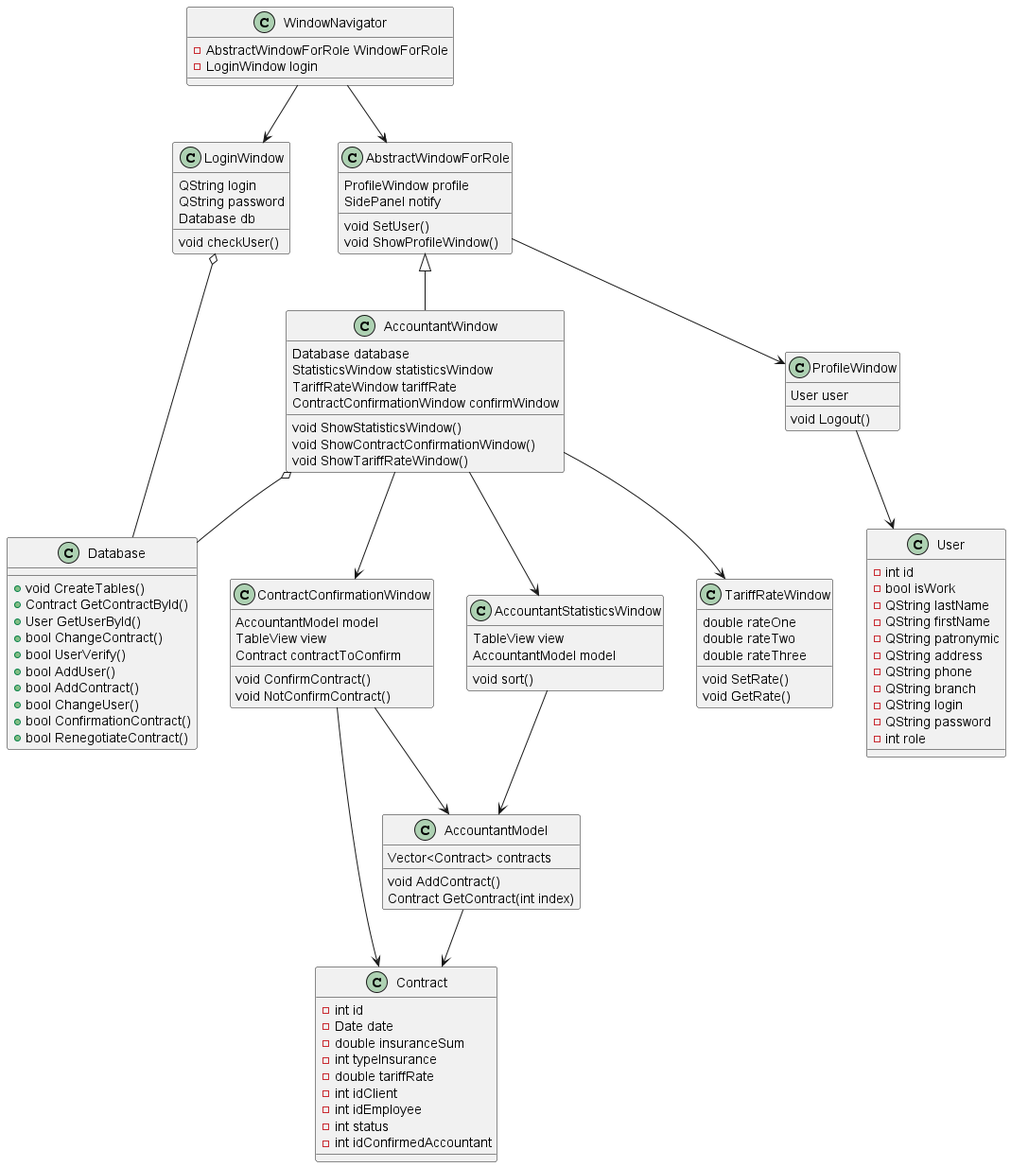
Before: out/Resource/Диаграмма классов/Бухгалтер.png, a diagram exported from PlantUML (MiFit1/OSOGO). Its diagram source:
```plantuml
@startuml
class User{
   -int id
   -bool isWork
   -QString lastName
   -QString firstName
   -QString patronymic
   -QString address
   -QString phone
   -QString branch
   -QString login
   -QString password
   -int role
}

class Contract{
   -int id
   -Date date
   -double insuranceSum
   -int typeInsurance
   -double tariffRate
   -int idClient
   -int idEmployee
   -int status
   -int idConfirmedAccountant
}

class ProfileWindow{
   User user
   void Logout()
}

class  LoginWindow{
   QString login
   QString password
   Database db
   void checkUser()
}

class TariffRateWindow{
   double rateOne
   double rateTwo
   double rateThree
   void SetRate()
   void GetRate()
}

class ContractConfirmationWindow{
   AccountantModel model
   TableView view
   Contract contractToConfirm
   void ConfirmContract()
   void NotConfirmContract()
}

class AccountantStatisticsWindow{
   TableView view
   AccountantModel model
   void sort()
}

class AbstractWindowForRole{
   ProfileWindow profile
   SidePanel notify
   void SetUser()
   void ShowProfileWindow()
}

class WindowNavigator{
   -AbstractWindowForRole WindowForRole
   -LoginWindow login
}

class Database {
   +void CreateTables()
   +Contract GetContractById()
   +User GetUserById()
   +bool ChangeContract()
   +bool UserVerify()
   +bool AddUser()
   +bool AddContract()
   +bool ChangeUser()
   +bool ConfirmationContract()
   +bool RenegotiateContract()
}

class AccountantWindow{
   Database database
   StatisticsWindow statisticsWindow
   TariffRateWindow tariffRate
   ContractConfirmationWindow confirmWindow
   void ShowStatisticsWindow()
   void ShowContractConfirmationWindow()
   void ShowTariffRateWindow()
}

class AccountantModel{
   Vector<Contract> contracts
   void AddContract()
   Contract GetContract(int index)
}


AbstractWindowForRole <|-- AccountantWindow
AccountantWindow o-- Database
WindowNavigator --> AbstractWindowForRole
WindowNavigator --> LoginWindow
AccountantWindow --> ContractConfirmationWindow
AccountantWindow --> TariffRateWindow
AccountantWindow --> AccountantStatisticsWindow
AccountantStatisticsWindow --> AccountantModel
AbstractWindowForRole --> ProfileWindow
AccountantModel --> Contract
ProfileWindow --> User

ContractConfirmationWindow --> Contract
ContractConfirmationWindow --> AccountantModel

LoginWindow o-- Database

@enduml
```
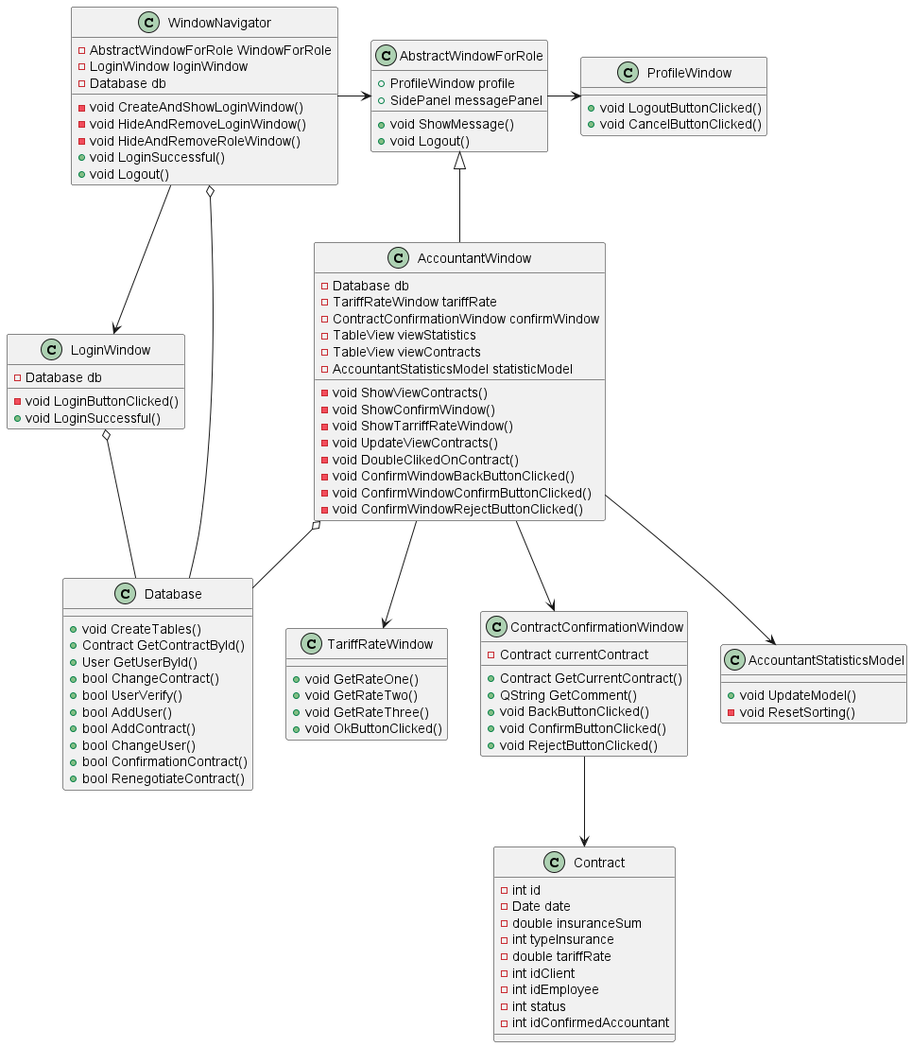
After the change.

Change to the diagram source:
```diff
@@ -1,18 +1,4 @@
 @startuml
-class User{
-   -int id
-   -bool isWork
-   -QString lastName
-   -QString firstName
-   -QString patronymic
-   -QString address
-   -QString phone
-   -QString branch
-   -QString login
-   -QString password
-   -int role
-}
-
 class Contract{
    -int id
    -Date date
@@ -26,49 +12,53 @@
 }
 
 class ProfileWindow{
-   User user
-   void Logout()
+   +void LogoutButtonClicked()
+   +void CancelButtonClicked()
 }
 
 class  LoginWindow{
-   QString login
-   QString password
-   Database db
-   void checkUser()
+   -Database db
+   -void LoginButtonClicked()
+   +void LoginSuccessful()
 }
 
 class TariffRateWindow{
-   double rateOne
-   double rateTwo
-   double rateThree
-   void SetRate()
-   void GetRate()
+   +void GetRateOne()
+   +void GetRateTwo()
+   +void GetRateThree()
+   +void OkButtonClicked()
 }
 
 class ContractConfirmationWindow{
-   AccountantModel model
-   TableView view
-   Contract contractToConfirm
-   void ConfirmContract()
-   void NotConfirmContract()
+   -Contract currentContract
+   +Contract GetCurrentContract()
+   +QString GetComment()
+   +void BackButtonClicked()
+   +void ConfirmButtonClicked()
+   +void RejectButtonClicked()
 }
 
-class AccountantStatisticsWindow{
-   TableView view
-   AccountantModel model
-   void sort()
+class AccountantStatisticsModel{
+   +void UpdateModel()
+   -void ResetSorting()
 }
 
 class AbstractWindowForRole{
-   ProfileWindow profile
-   SidePanel notify
-   void SetUser()
-   void ShowProfileWindow()
+   +ProfileWindow profile
+   +SidePanel messagePanel
+   +void ShowMessage()
+   +void Logout()
 }
 
 class WindowNavigator{
    -AbstractWindowForRole WindowForRole
-   -LoginWindow login
+   -LoginWindow loginWindow
+   -Database db
+   -void CreateAndShowLoginWindow()
+   -void HideAndRemoveLoginWindow()
+   -void HideAndRemoveRoleWindow()
+   +void LoginSuccessful()
+   +void Logout()
 }
 
 class Database {
@@ -85,36 +75,32 @@
 }
 
 class AccountantWindow{
-   Database database
-   StatisticsWindow statisticsWindow
-   TariffRateWindow tariffRate
-   ContractConfirmationWindow confirmWindow
-   void ShowStatisticsWindow()
-   void ShowContractConfirmationWindow()
-   void ShowTariffRateWindow()
+   -Database db
+   -TariffRateWindow tariffRate
+   -ContractConfirmationWindow confirmWindow
+   -TableView viewStatistics
+   -TableView viewContracts
+   -AccountantStatisticsModel statisticModel
+   -void ShowViewContracts()
+   -void ShowConfirmWindow()
+   -void ShowTarriffRateWindow()
+   -void UpdateViewContracts()
+   -void DoubleClikedOnContract()
+   -void ConfirmWindowBackButtonClicked()
+   -void ConfirmWindowConfirmButtonClicked()
+   -void ConfirmWindowRejectButtonClicked()
 }
-
-class AccountantModel{
-   Vector<Contract> contracts
-   void AddContract()
-   Contract GetContract(int index)
-}
-
 
 AbstractWindowForRole <|-- AccountantWindow
 AccountantWindow o-- Database
-WindowNavigator --> AbstractWindowForRole
+WindowNavigator o-- Database
+WindowNavigator -r-> AbstractWindowForRole
 WindowNavigator --> LoginWindow
 AccountantWindow --> ContractConfirmationWindow
 AccountantWindow --> TariffRateWindow
-AccountantWindow --> AccountantStatisticsWindow
-AccountantStatisticsWindow --> AccountantModel
-AbstractWindowForRole --> ProfileWindow
-AccountantModel --> Contract
-ProfileWindow --> User
-
+AccountantWindow --> AccountantStatisticsModel
+AbstractWindowForRole -r-> ProfileWindow
 ContractConfirmationWindow --> Contract
-ContractConfirmationWindow --> AccountantModel
 
 LoginWindow o-- Database
 
```
